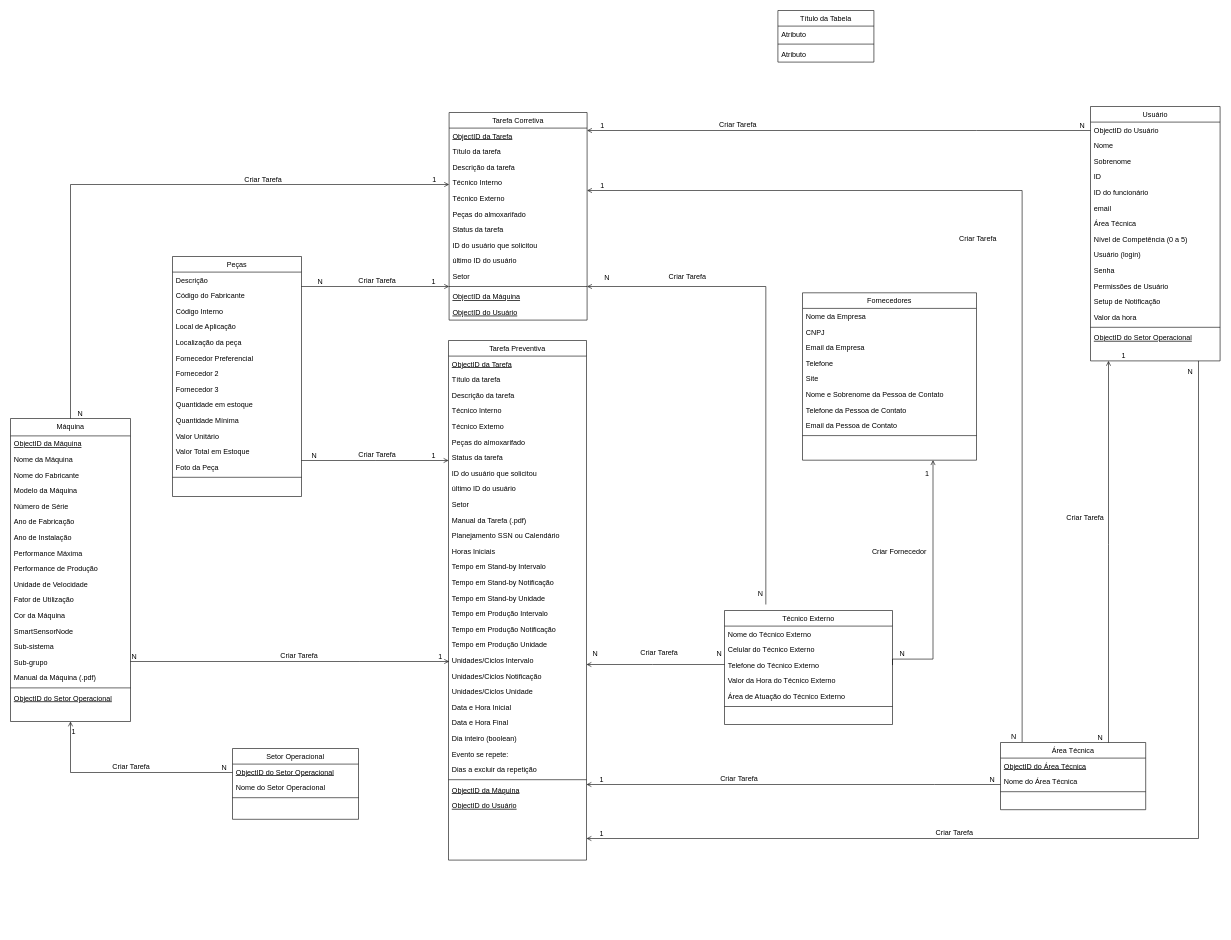
This is Diagrama sem nome.drawio from LucasKenzoM/testando-libs-apexcharts-dndkit, a draw.io file, before an edit. Source tidied: cells renumbered, new cells numbered last; positions are measured from the earlier drawing's top-left corner, leaving out a move shared by most shapes. Both pictures are drawn from the tidied source at 60%, with x=0, y=0 at pixel (10, 10).
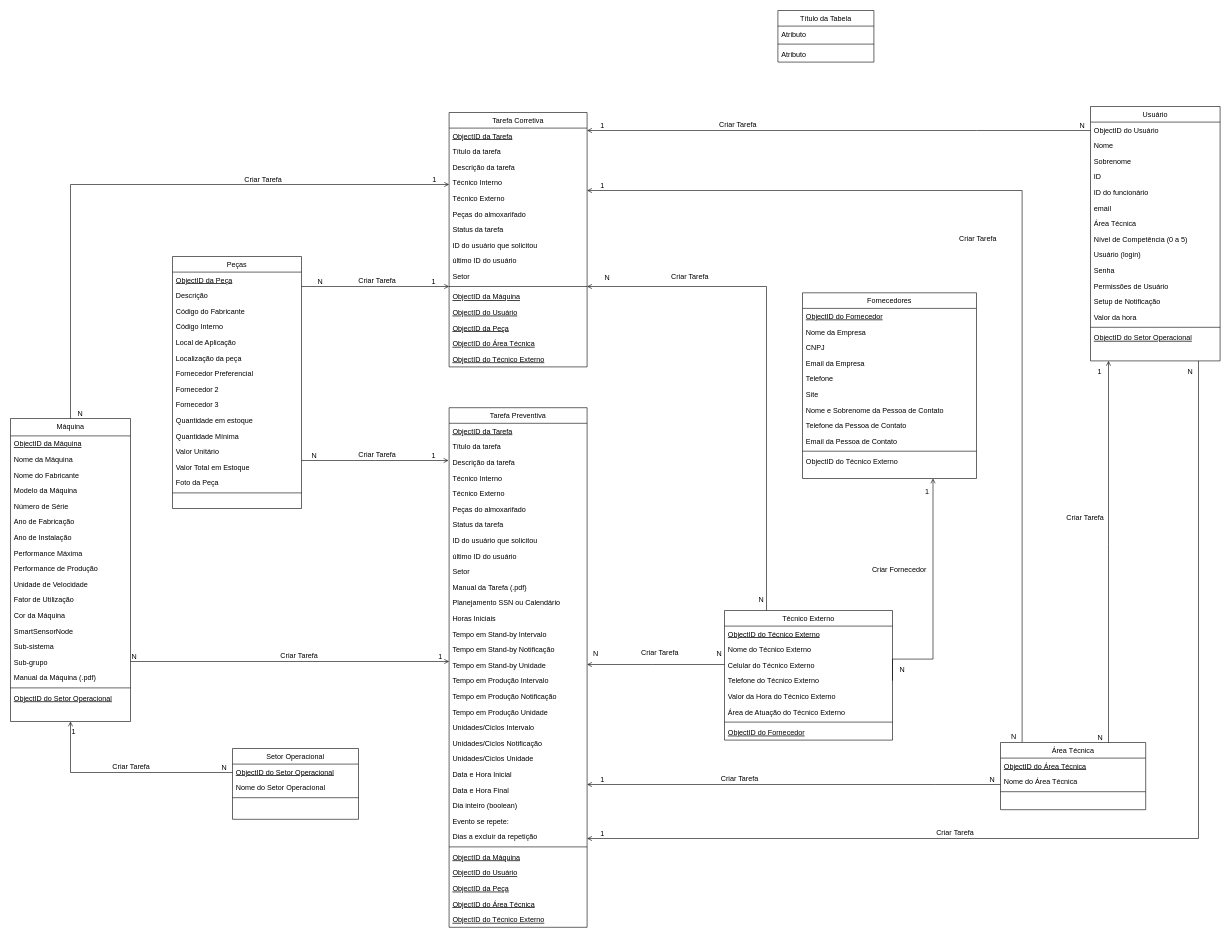
After the change.

Unchanged cells that the change refers to:
```xml
<mxCell id="137" style="endArrow=open;shadow=0;strokeWidth=1;rounded=0;curved=0;endFill=1;edgeStyle=elbowEdgeStyle;elbow=vertical;" parent="1" edge="1" source="125" target="20">
  <mxGeometry x="0.5" y="41" relative="1" as="geometry">
    <Array as="points">
      <mxPoint x="1830" y="890" />
    </Array>
    <mxPoint x="-40" y="32" as="offset" />
  </mxGeometry>
</mxCell>
```

Diff of the diagram source:
```diff
@@
     <mxCell id="6" value="Tarefa Corretiva" style="swimlane;fontStyle=0;align=center;verticalAlign=top;horizontal=1;startSize=26;rounded=0;shadow=0;strokeWidth=1;" parent="1" vertex="1">
-      <mxGeometry x="731" y="170" width="230" height="346" as="geometry" />
+      <mxGeometry x="731" y="170" width="230" height="424" as="geometry" />
     </mxCell>
@@
+    <mxCell id="178" value="ObjectID da Peça" style="text;align=left;verticalAlign=top;spacingLeft=4;spacingRight=4;overflow=hidden;fontStyle=4;" parent="6" vertex="1">
+      <mxGeometry y="346" width="230" height="26" as="geometry" />
+    </mxCell>
+    <mxCell id="179" value="ObjectID do Área Técnica" style="text;align=left;verticalAlign=top;spacingLeft=4;spacingRight=4;overflow=hidden;fontStyle=4;" parent="6" vertex="1">
+      <mxGeometry y="372" width="230" height="26" as="geometry" />
+    </mxCell>
+    <mxCell id="180" value="ObjectID do Técnico Externo" style="text;align=left;verticalAlign=top;spacingLeft=4;spacingRight=4;overflow=hidden;fontStyle=4;" parent="6" vertex="1">
+      <mxGeometry y="398" width="230" height="26" as="geometry" />
+    </mxCell>
@@
     <mxCell id="36" value="Peças" style="swimlane;fontStyle=0;align=center;verticalAlign=top;horizontal=1;startSize=26;rounded=0;shadow=0;strokeWidth=1;" parent="1" vertex="1">
-      <mxGeometry x="270" y="410" width="215" height="400" as="geometry" />
+      <mxGeometry x="270" y="410" width="215" height="420" as="geometry" />
     </mxCell>
+    <mxCell id="181" value="ObjectID da Peça" style="text;align=left;verticalAlign=top;spacingLeft=4;spacingRight=4;overflow=hidden;fontStyle=4;" parent="36" vertex="1">
+      <mxGeometry y="26" width="215" height="26" as="geometry" />
+    </mxCell>
     <mxCell id="37" value="Descrição" style="text;align=left;verticalAlign=top;spacingLeft=4;spacingRight=4;overflow=hidden;" parent="36" vertex="1">
-      <mxGeometry y="26" width="215" height="26" as="geometry" />
+      <mxGeometry y="52" width="215" height="26" as="geometry" />
     </mxCell>
     <mxCell id="38" value="Código do Fabricante" style="text;align=left;verticalAlign=top;spacingLeft=4;spacingRight=4;overflow=hidden;" parent="36" vertex="1">
-      <mxGeometry y="52" width="215" height="26" as="geometry" />
+      <mxGeometry y="78" width="215" height="26" as="geometry" />
     </mxCell>
     <mxCell id="39" value="Código Interno" style="text;align=left;verticalAlign=top;spacingLeft=4;spacingRight=4;overflow=hidden;" parent="36" vertex="1">
-      <mxGeometry y="78" width="215" height="26" as="geometry" />
+      <mxGeometry y="104" width="215" height="26" as="geometry" />
     </mxCell>
     <mxCell id="40" value="Local de Aplicação" style="text;align=left;verticalAlign=top;spacingLeft=4;spacingRight=4;overflow=hidden;" parent="36" vertex="1">
-      <mxGeometry y="104" width="215" height="26" as="geometry" />
+      <mxGeometry y="130" width="215" height="26" as="geometry" />
     </mxCell>
     <mxCell id="41" value="Localização da peça" style="text;align=left;verticalAlign=top;spacingLeft=4;spacingRight=4;overflow=hidden;" parent="36" vertex="1">
-      <mxGeometry y="130" width="215" height="26" as="geometry" />
+      <mxGeometry y="156" width="215" height="26" as="geometry" />
     </mxCell>
     <mxCell id="42" value="Fornecedor Preferencial" style="text;align=left;verticalAlign=top;spacingLeft=4;spacingRight=4;overflow=hidden;" parent="36" vertex="1">
-      <mxGeometry y="156" width="215" height="26" as="geometry" />
+      <mxGeometry y="182" width="215" height="26" as="geometry" />
     </mxCell>
     <mxCell id="43" value="Fornecedor 2" style="text;align=left;verticalAlign=top;spacingLeft=4;spacingRight=4;overflow=hidden;" parent="36" vertex="1">
-      <mxGeometry y="182" width="215" height="26" as="geometry" />
+      <mxGeometry y="208" width="215" height="26" as="geometry" />
     </mxCell>
     <mxCell id="44" value="Fornecedor 3" style="text;align=left;verticalAlign=top;spacingLeft=4;spacingRight=4;overflow=hidden;" parent="36" vertex="1">
-      <mxGeometry y="208" width="215" height="26" as="geometry" />
+      <mxGeometry y="234" width="215" height="26" as="geometry" />
     </mxCell>
     <mxCell id="45" value="Quantidade em estoque" style="text;align=left;verticalAlign=top;spacingLeft=4;spacingRight=4;overflow=hidden;" parent="36" vertex="1">
-      <mxGeometry y="234" width="215" height="26" as="geometry" />
+      <mxGeometry y="260" width="215" height="26" as="geometry" />
     </mxCell>
     <mxCell id="46" value="Quantidade Mínima" style="text;align=left;verticalAlign=top;spacingLeft=4;spacingRight=4;overflow=hidden;" parent="36" vertex="1">
-      <mxGeometry y="260" width="215" height="26" as="geometry" />
+      <mxGeometry y="286" width="215" height="26" as="geometry" />
     </mxCell>
     <mxCell id="47" value="Valor Unitário" style="text;align=left;verticalAlign=top;spacingLeft=4;spacingRight=4;overflow=hidden;" parent="36" vertex="1">
-      <mxGeometry y="286" width="215" height="26" as="geometry" />
+      <mxGeometry y="312" width="215" height="26" as="geometry" />
     </mxCell>
     <mxCell id="48" value="Valor Total em Estoque" style="text;align=left;verticalAlign=top;spacingLeft=4;spacingRight=4;overflow=hidden;" parent="36" vertex="1">
-      <mxGeometry y="312" width="215" height="26" as="geometry" />
+      <mxGeometry y="338" width="215" height="26" as="geometry" />
     </mxCell>
     <mxCell id="49" value="Foto da Peça" style="text;align=left;verticalAlign=top;spacingLeft=4;spacingRight=4;overflow=hidden;" parent="36" vertex="1">
-      <mxGeometry y="338" width="215" height="26" as="geometry" />
+      <mxGeometry y="364" width="215" height="26" as="geometry" />
     </mxCell>
     <mxCell id="50" style="line;html=1;strokeWidth=1;align=left;verticalAlign=middle;spacingTop=-1;spacingLeft=3;spacingRight=3;labelPosition=right;" parent="36" vertex="1">
-      <mxGeometry y="364" width="215" height="8" as="geometry" />
+      <mxGeometry y="390" width="215" height="8" as="geometry" />
     </mxCell>
@@
     <mxCell id="74" value="Tarefa Preventiva" style="swimlane;fontStyle=0;align=center;verticalAlign=top;horizontal=1;startSize=26;rounded=0;shadow=0;strokeWidth=1;" parent="1" vertex="1">
-      <mxGeometry x="730" y="550" width="230" height="866" as="geometry" />
+      <mxGeometry x="731" y="662" width="230" height="866" as="geometry" />
     </mxCell>
@@
+    <mxCell id="182" value="ObjectID da Peça" style="text;align=left;verticalAlign=top;spacingLeft=4;spacingRight=4;overflow=hidden;fontStyle=4;" parent="74" vertex="1">
+      <mxGeometry y="788" width="230" height="26" as="geometry" />
+    </mxCell>
+    <mxCell id="183" value="ObjectID do Área Técnica" style="text;align=left;verticalAlign=top;spacingLeft=4;spacingRight=4;overflow=hidden;fontStyle=4;" parent="74" vertex="1">
+      <mxGeometry y="814" width="230" height="26" as="geometry" />
+    </mxCell>
+    <mxCell id="184" value="ObjectID do Técnico Externo" style="text;align=left;verticalAlign=top;spacingLeft=4;spacingRight=4;overflow=hidden;fontStyle=4;" parent="74" vertex="1">
+      <mxGeometry y="840" width="230" height="26" as="geometry" />
+    </mxCell>
@@
     <mxCell id="139" value="1" style="align=right;verticalAlign=bottom;labelBackgroundColor=none;fontSize=12;" parent="137" vertex="1">
       <mxGeometry x="1" relative="1" as="geometry">
-        <mxPoint x="30" as="offset" />
+        <mxPoint x="-10" y="26" as="offset" />
       </mxGeometry>
     </mxCell>
@@
     <mxCell id="149" value="Fornecedores" style="swimlane;fontStyle=0;align=center;verticalAlign=top;horizontal=1;startSize=26;rounded=0;shadow=0;strokeWidth=1;" parent="1" vertex="1">
-      <mxGeometry x="1320" y="470.5" width="290" height="279" as="geometry" />
+      <mxGeometry x="1320" y="470.5" width="290" height="309.5" as="geometry" />
     </mxCell>
+    <mxCell id="185" value="ObjectID do Fornecedor" style="text;align=left;verticalAlign=top;spacingLeft=4;spacingRight=4;overflow=hidden;fontStyle=4;" parent="149" vertex="1">
+      <mxGeometry y="26" width="290" height="26" as="geometry" />
+    </mxCell>
     <mxCell id="150" value="Nome da Empresa" style="text;align=left;verticalAlign=top;spacingLeft=4;spacingRight=4;overflow=hidden;" parent="149" vertex="1">
-      <mxGeometry y="26" width="290" height="26" as="geometry" />
+      <mxGeometry y="52" width="290" height="26" as="geometry" />
     </mxCell>
     <mxCell id="151" value="CNPJ" style="text;align=left;verticalAlign=top;spacingLeft=4;spacingRight=4;overflow=hidden;" parent="149" vertex="1">
-      <mxGeometry y="52" width="290" height="26" as="geometry" />
+      <mxGeometry y="78" width="290" height="26" as="geometry" />
     </mxCell>
     <mxCell id="152" value="Email da Empresa" style="text;align=left;verticalAlign=top;spacingLeft=4;spacingRight=4;overflow=hidden;" parent="149" vertex="1">
-      <mxGeometry y="78" width="290" height="26" as="geometry" />
+      <mxGeometry y="104" width="290" height="26" as="geometry" />
     </mxCell>
     <mxCell id="153" value="Telefone" style="text;align=left;verticalAlign=top;spacingLeft=4;spacingRight=4;overflow=hidden;" parent="149" vertex="1">
-      <mxGeometry y="104" width="290" height="26" as="geometry" />
+      <mxGeometry y="130" width="290" height="26" as="geometry" />
     </mxCell>
     <mxCell id="154" value="Site" style="text;align=left;verticalAlign=top;spacingLeft=4;spacingRight=4;overflow=hidden;" parent="149" vertex="1">
-      <mxGeometry y="130" width="290" height="26" as="geometry" />
+      <mxGeometry y="156" width="290" height="26" as="geometry" />
     </mxCell>
     <mxCell id="155" value="Nome e Sobrenome da Pessoa de Contato" style="text;align=left;verticalAlign=top;spacingLeft=4;spacingRight=4;overflow=hidden;" parent="149" vertex="1">
-      <mxGeometry y="156" width="290" height="26" as="geometry" />
+      <mxGeometry y="182" width="290" height="26" as="geometry" />
     </mxCell>
     <mxCell id="156" value="Telefone da Pessoa de Contato" style="text;align=left;verticalAlign=top;spacingLeft=4;spacingRight=4;overflow=hidden;" parent="149" vertex="1">
-      <mxGeometry y="182" width="290" height="26" as="geometry" />
+      <mxGeometry y="208" width="290" height="26" as="geometry" />
     </mxCell>
     <mxCell id="157" value="Email da Pessoa de Contato" style="text;align=left;verticalAlign=top;spacingLeft=4;spacingRight=4;overflow=hidden;" parent="149" vertex="1">
-      <mxGeometry y="208" width="290" height="26" as="geometry" />
+      <mxGeometry y="234" width="290" height="26" as="geometry" />
     </mxCell>
     <mxCell id="158" style="line;html=1;strokeWidth=1;align=left;verticalAlign=middle;spacingTop=-1;spacingLeft=3;spacingRight=3;labelPosition=right;" parent="149" vertex="1">
-      <mxGeometry y="234" width="290" height="8" as="geometry" />
+      <mxGeometry y="260" width="290" height="8" as="geometry" />
     </mxCell>
+    <mxCell id="186" value="ObjectID do Técnico Externo" style="text;align=left;verticalAlign=top;spacingLeft=4;spacingRight=4;overflow=hidden;" parent="149" vertex="1">
+      <mxGeometry y="268" width="290" height="26" as="geometry" />
+    </mxCell>
     <mxCell id="159" value="Técnico Externo" style="swimlane;fontStyle=0;align=center;verticalAlign=top;horizontal=1;startSize=26;rounded=0;shadow=0;strokeWidth=1;" parent="1" vertex="1">
-      <mxGeometry x="1190" y="1000" width="280" height="190" as="geometry" />
+      <mxGeometry x="1190" y="1000" width="280" height="216" as="geometry" />
     </mxCell>
+    <mxCell id="187" value="ObjectID do Técnico Externo" style="text;align=left;verticalAlign=top;spacingLeft=4;spacingRight=4;overflow=hidden;fontStyle=4;" parent="159" vertex="1">
+      <mxGeometry y="26" width="280" height="26" as="geometry" />
+    </mxCell>
     <mxCell id="160" value="Nome do Técnico Externo" style="text;align=left;verticalAlign=top;spacingLeft=4;spacingRight=4;overflow=hidden;" parent="159" vertex="1">
-      <mxGeometry y="26" width="280" height="26" as="geometry" />
+      <mxGeometry y="52" width="280" height="26" as="geometry" />
     </mxCell>
     <mxCell id="161" value="Celular do Técnico Externo" style="text;align=left;verticalAlign=top;spacingLeft=4;spacingRight=4;overflow=hidden;" parent="159" vertex="1">
-      <mxGeometry y="52" width="280" height="26" as="geometry" />
+      <mxGeometry y="78" width="280" height="26" as="geometry" />
     </mxCell>
     <mxCell id="162" value="Telefone do Técnico Externo" style="text;align=left;verticalAlign=top;spacingLeft=4;spacingRight=4;overflow=hidden;points=[[0,0.5],[1,0.5]];portConstraint=eastwest;" parent="159" vertex="1">
-      <mxGeometry y="78" width="280" height="26" as="geometry" />
+      <mxGeometry y="104" width="280" height="26" as="geometry" />
     </mxCell>
     <mxCell id="163" value="Valor da Hora do Técnico Externo" style="text;align=left;verticalAlign=top;spacingLeft=4;spacingRight=4;overflow=hidden;" parent="159" vertex="1">
-      <mxGeometry y="104" width="280" height="26" as="geometry" />
+      <mxGeometry y="130" width="280" height="26" as="geometry" />
     </mxCell>
     <mxCell id="164" value="Área de Atuação do Técnico Externo" style="text;align=left;verticalAlign=top;spacingLeft=4;spacingRight=4;overflow=hidden;" parent="159" vertex="1">
-      <mxGeometry y="130" width="280" height="26" as="geometry" />
+      <mxGeometry y="156" width="280" height="26" as="geometry" />
     </mxCell>
     <mxCell id="165" style="line;html=1;strokeWidth=1;align=left;verticalAlign=middle;spacingTop=-1;spacingLeft=3;spacingRight=3;labelPosition=right;" parent="159" vertex="1">
-      <mxGeometry y="156" width="280" height="8" as="geometry" />
+      <mxGeometry y="182" width="280" height="8" as="geometry" />
     </mxCell>
+    <mxCell id="188" value="ObjectID do Fornecedor" style="text;align=left;verticalAlign=top;spacingLeft=4;spacingRight=4;overflow=hidden;fontStyle=4;" parent="159" vertex="1">
+      <mxGeometry y="190" width="280" height="26" as="geometry" />
+    </mxCell>
@@
-    <mxCell id="170" style="endArrow=open;shadow=0;strokeWidth=1;rounded=0;curved=0;endFill=1;edgeStyle=elbowEdgeStyle;elbow=vertical;exitX=0.214;exitY=0.017;exitDx=0;exitDy=0;exitPerimeter=0;" parent="1" edge="1" target="6">
+    <mxCell id="170" style="endArrow=open;shadow=0;strokeWidth=1;rounded=0;curved=0;endFill=1;edgeStyle=elbowEdgeStyle;elbow=vertical;" parent="1" edge="1" source="159" target="6">
       <mxGeometry x="0.5" y="41" relative="1" as="geometry">
-        <mxPoint x="1258.9" y="990" as="sourcePoint" />
         <Array as="points">
-          <mxPoint x="1100" y="460" />
+          <mxPoint x="1260" y="460" />
           <mxPoint x="1289" y="446.8" />
         </Array>
         <mxPoint x="-40" y="32" as="offset" />
       </mxGeometry>
     </mxCell>
```
